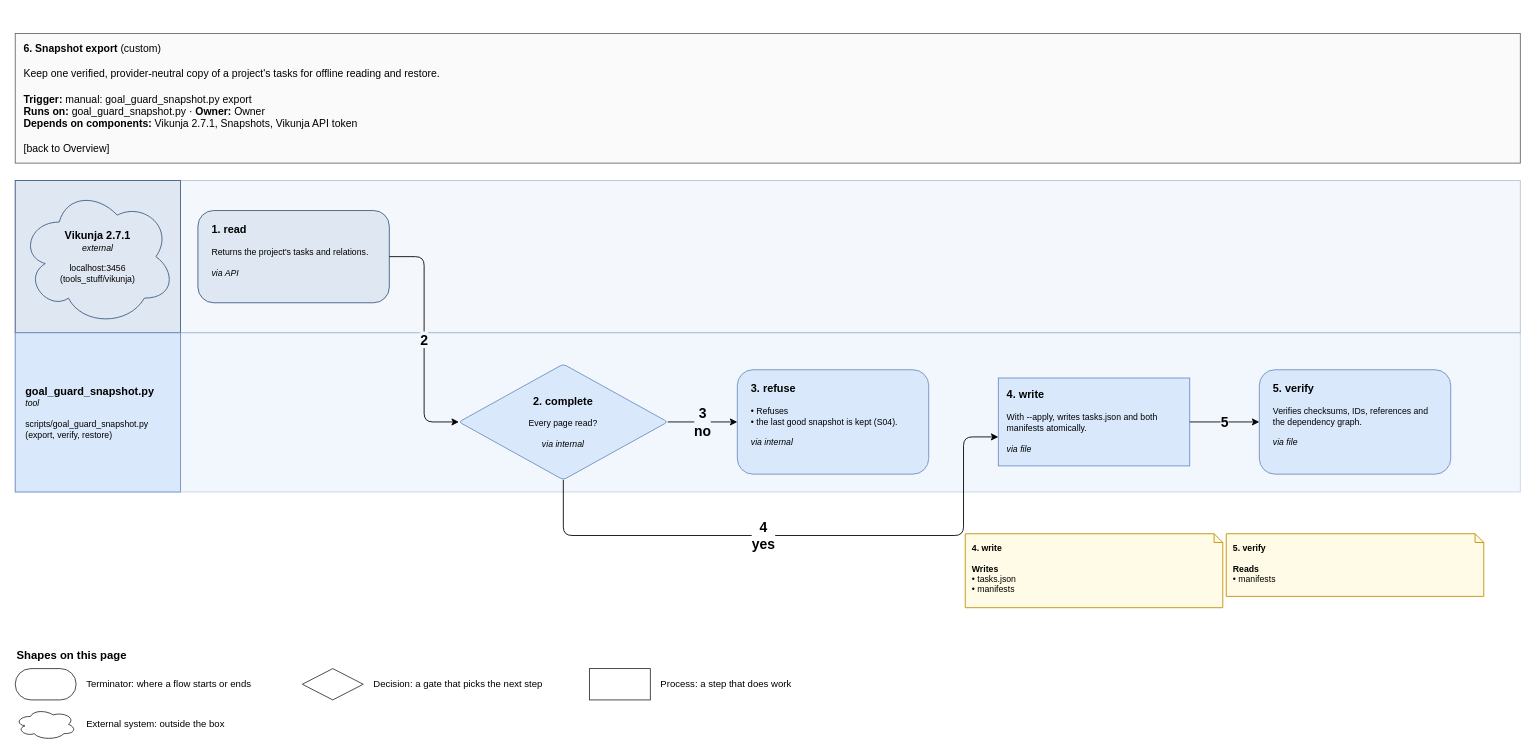
Above: page "6. Snapshot export" (8 of 9) of specialists/project/skill-goal-guard/docs/goal-guard-flows/goal_guard_flows.drawio in amalikn/skills_stuff (draw.io), before the change. Source tidied: cells renumbered, new cells numbered last; positions are measured from the earlier drawing's top-left corner, leaving out a move shared by most shapes. Both pictures are drawn from the tidied source at 87%, with x=0, y=0 at pixel (15, 33).
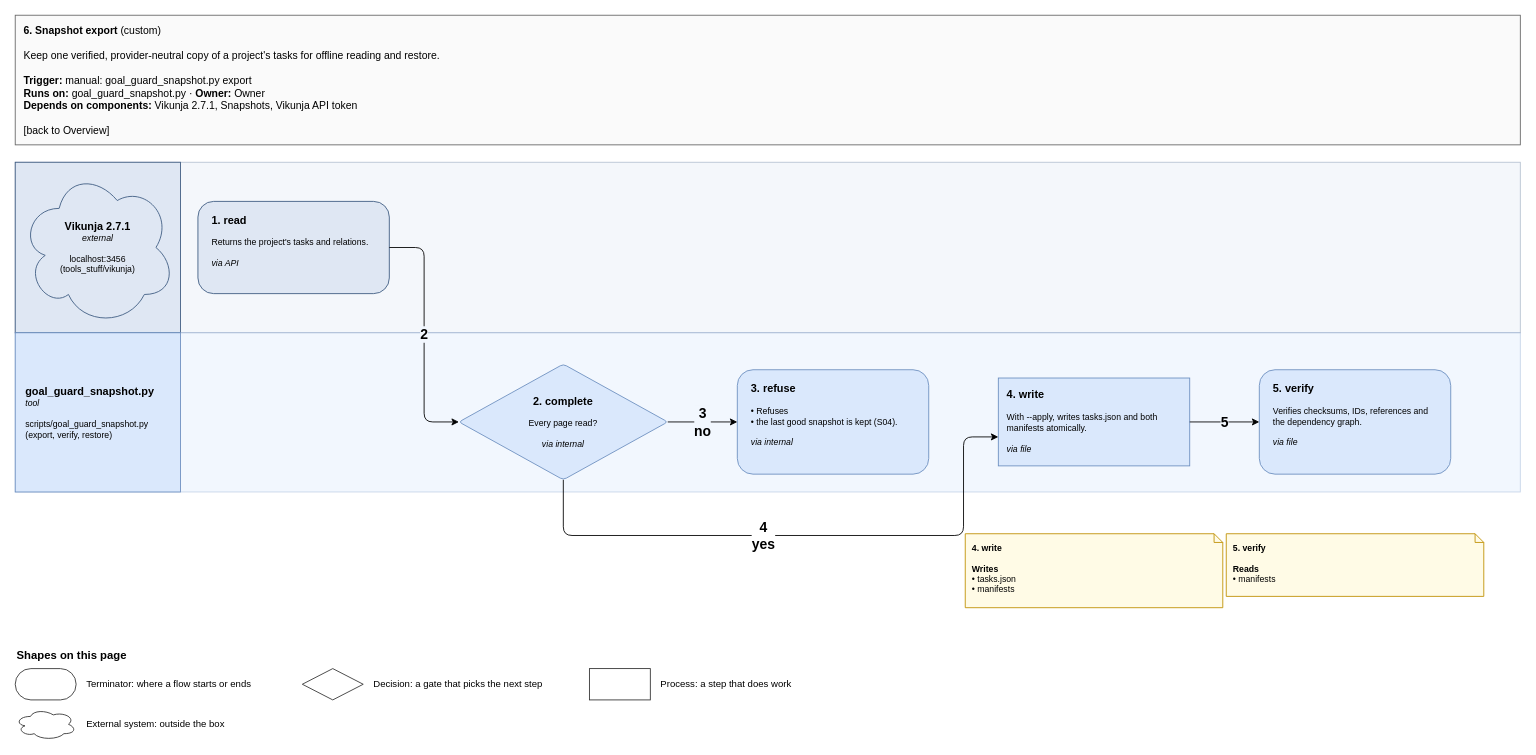
Above is the later version.

The change refers to these unchanged cells:
```xml
<mxCell id="9" value="&lt;span style=&quot;font-size:125%&quot;&gt;&lt;b&gt;2. complete&lt;/b&gt;&lt;/span&gt;&lt;br&gt; &lt;br&gt;Every page read?&lt;br&gt; &lt;br&gt;&lt;i&gt;via internal&lt;/i&gt;" style="rounded=1;whiteSpace=wrap;html=1;fillColor=#dae8fc;strokeColor=#6c8ebf;fontSize=11;arcSize=8;fontSize=10;align=left;verticalAlign=top;spacingLeft=8;spacingRight=6;spacingTop=6;rhombus;align=center;verticalAlign=middle;spacingLeft=72;spacingRight=72;spacingTop=0;" parent="1" vertex="1">
  <mxGeometry x="510" y="380" width="240" height="133" as="geometry" />
</mxCell>
```

What changed in the source:
```diff
@@
     <mxCell id="2" value="&lt;b&gt;6. Snapshot export&lt;/b&gt; (custom)&lt;br&gt; &lt;br&gt;Keep one verified, provider-neutral copy of a project&amp;#x27;s tasks for offline reading and restore.&lt;br&gt; &lt;br&gt;&lt;b&gt;Trigger:&lt;/b&gt; manual: goal_guard_snapshot.py export&lt;br&gt;&lt;b&gt;Runs on:&lt;/b&gt; goal_guard_snapshot.py · &lt;b&gt;Owner:&lt;/b&gt; Owner&lt;br&gt;&lt;b&gt;Depends on components:&lt;/b&gt; Vikunja 2.7.1, Snapshots, Vikunja API token&lt;br&gt; &lt;br&gt;[back to Overview]" style="rounded=0;whiteSpace=wrap;html=1;fillColor=#fafafa;strokeColor=#666666;align=left;verticalAlign=top;spacingLeft=8;spacingTop=4;fontSize=12;" parent="1" vertex="1">
-      <mxGeometry width="1730" height="149" as="geometry" />
+      <mxGeometry y="-21" width="1730" height="149" as="geometry" />
     </mxCell>
     <mxCell id="3" style="rounded=0;html=1;fillColor=#dfe7f3;strokeColor=#3d5a80;opacity=35;" parent="1" vertex="1">
-      <mxGeometry y="169" width="1730" height="175" as="geometry" />
+      <mxGeometry y="148" width="1730" height="196" as="geometry" />
     </mxCell>
     <mxCell id="4" style="rounded=1;whiteSpace=wrap;html=1;fillColor=#dfe7f3;strokeColor=#3d5a80;fontSize=11;arcSize=8;rounded=0;" parent="1" vertex="1">
-      <mxGeometry y="169" width="190" height="175" as="geometry" />
+      <mxGeometry y="148" width="190" height="196" as="geometry" />
     </mxCell>
-    <mxCell id="5" value="&lt;span style=&quot;font-size:125%&quot;&gt;&lt;b&gt;Vikunja 2.7.1&lt;/b&gt;&lt;/span&gt;&lt;br&gt;&lt;i&gt;external&lt;/i&gt;&lt;br&gt; &lt;br&gt;localhost:3456 (tools_stuff/vikunja)" style="rounded=1;whiteSpace=wrap;html=1;fillColor=#dfe7f3;strokeColor=#3d5a80;fontSize=11;arcSize=8;fontSize=10;ellipse;shape=cloud;spacingLeft=16;spacingRight=16;spacingTop=10;align=center;verticalAlign=middle;spacingLeft=34;spacingRight=34;spacingTop=10;spacingBottom=10;" parent="1" vertex="1">
-      <mxGeometry x="6" y="177" width="178" height="159" as="geometry" />
+    <mxCell id="5" value="&lt;span style=&quot;font-size:125%&quot;&gt;&lt;b&gt;Vikunja 2.7.1&lt;/b&gt;&lt;/span&gt;&lt;br&gt;&lt;i&gt;external&lt;/i&gt;&lt;br&gt; &lt;br&gt;localhost:3456 (tools_stuff/vikunja)" style="rounded=1;whiteSpace=wrap;html=1;fillColor=#dfe7f3;strokeColor=#3d5a80;fontSize=11;arcSize=8;fontSize=10;ellipse;shape=cloud;align=center;spacingLeft=30;spacingRight=28;spacingTop=26;align=center;verticalAlign=middle;spacingLeft=34;spacingRight=34;spacingTop=10;spacingBottom=10;" parent="1" vertex="1">
+      <mxGeometry x="6" y="156" width="178" height="180" as="geometry" />
     </mxCell>
@@
     <mxCell id="8" value="&lt;span style=&quot;font-size:125%&quot;&gt;&lt;b&gt;1. read&lt;/b&gt;&lt;/span&gt;&lt;br&gt; &lt;br&gt;Returns the project&amp;#x27;s tasks and relations.&lt;br&gt; &lt;br&gt;&lt;i&gt;via API&lt;/i&gt;" style="rounded=1;whiteSpace=wrap;html=1;fillColor=#dfe7f3;strokeColor=#3d5a80;fontSize=11;arcSize=8;fontSize=10;align=left;verticalAlign=top;spacingLeft=8;spacingRight=6;spacingTop=6;rounded=1;absoluteArcSize=1;arcSize=36;spacingLeft=14;spacingRight=12;spacingTop=8;" parent="1" vertex="1">
-      <mxGeometry x="210" y="203.5" width="220" height="106" as="geometry" />
+      <mxGeometry x="210" y="193" width="220" height="106" as="geometry" />
     </mxCell>
@@
-    <mxCell id="22" style="whiteSpace=wrap;html=1;fillColor=#ffffff;strokeColor=#333333;ellipse;shape=cloud;spacingLeft=16;spacingRight=16;spacingTop=10;" parent="1" vertex="1">
+    <mxCell id="22" style="whiteSpace=wrap;html=1;fillColor=#ffffff;strokeColor=#333333;ellipse;shape=cloud;align=center;spacingLeft=30;spacingRight=28;spacingTop=26;" parent="1" vertex="1">
       <mxGeometry y="776" width="70" height="36" as="geometry" />
     </mxCell>
@@
     <mxCell id="24" style="edgeStyle=none;rounded=1;html=1;endArrow=classic;endFill=1;jumpStyle=arc;jumpSize=6;strokeColor=#000000;exitX=1;exitY=0.5;entryX=0;entryY=0.5;exitPerimeter=0;entryPerimeter=0;" parent="1" edge="1" source="8" target="9">
       <mxGeometry relative="1" as="geometry">
         <Array as="points">
-          <mxPoint x="470" y="256.5" />
+          <mxPoint x="470" y="246" />
           <mxPoint x="470" y="446.5" />
         </Array>
       </mxGeometry>
     </mxCell>
     <mxCell id="25" value="&lt;b&gt;2&lt;/b&gt;" style="text;html=1;align=center;verticalAlign=middle;fontSize=16;fontStyle=1;labelBackgroundColor=#f2f7fe;fontColor=#000000;" parent="1" vertex="1">
-      <mxGeometry x="456.5" y="340.5" width="27" height="22" as="geometry" />
+      <mxGeometry x="456.5" y="335.2" width="27" height="22" as="geometry" />
     </mxCell>
```
